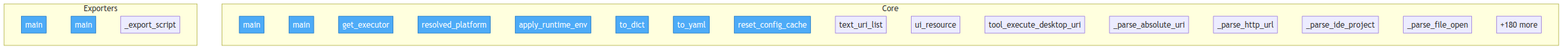
semcod/nlp2uri keeps this Mermaid diagram as project/flow.png. Above is the earlier version. Its source is kept beside it as project/flow.mmd.
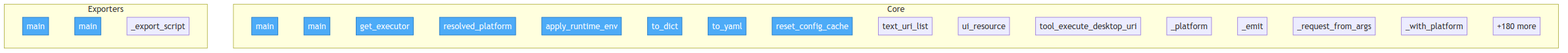
After the change.

The edit, as a diff of the source:
```diff
@@ -14,10 +14,10 @@
         src__nlp2uri__mcp__text_uri_list["text_uri_list"]
         src__nlp2uri__mcp__ui_resource["ui_resource"]
         src__nlp2uri__mcp__tool_execute_desktop_uri["tool_execute_desktop_uri"]
-        src__nlp2uri__parse_nl___parse_absolute_uri["_parse_absolute_uri"]
-        src__nlp2uri__parse_nl___parse_http_url["_parse_http_url"]
-        src__nlp2uri__parse_nl___parse_ide_project["_parse_ide_project"]
-        src__nlp2uri__parse_nl___parse_file_open["_parse_file_open"]
+        src__nlp2uri__cli___platform["_platform"]
+        src__nlp2uri__cli___emit["_emit"]
+        src__nlp2uri__cli___request_from_args["_request_from_args"]
+        src__nlp2uri__cli___with_platform["_with_platform"]
         ...["+180 more"]
     end
 
```
